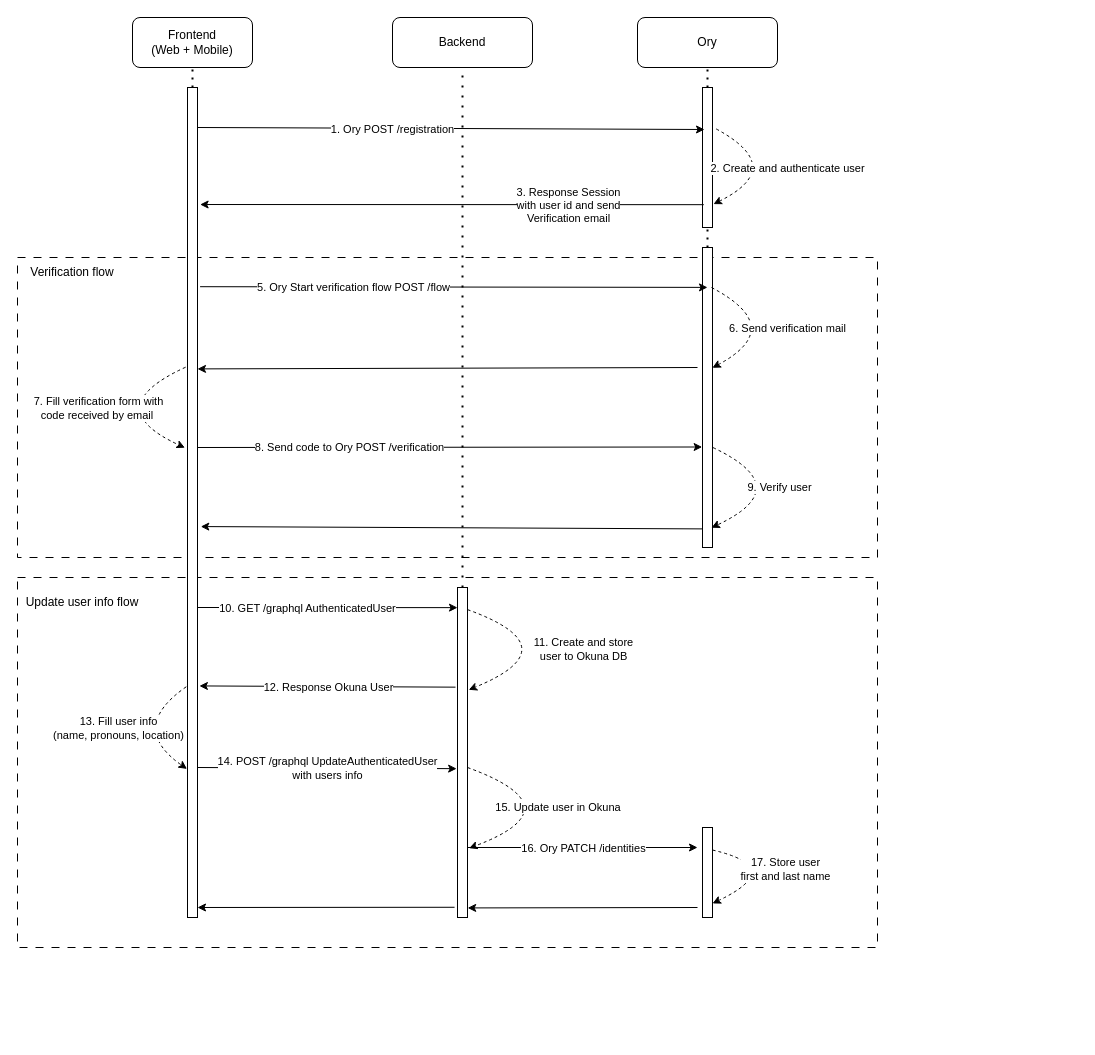
Above: docs/img/registration-flow.drawio in holi-social/app.gitlab-pages.holi.team (draw.io), before the change. Source tidied: cells renumbered, new cells numbered last; positions are measured from the earlier drawing's top-left corner, leaving out a move shared by most shapes. Both pictures are drawn from the tidied source at 100%, with x=0, y=0 at pixel (17, 17).
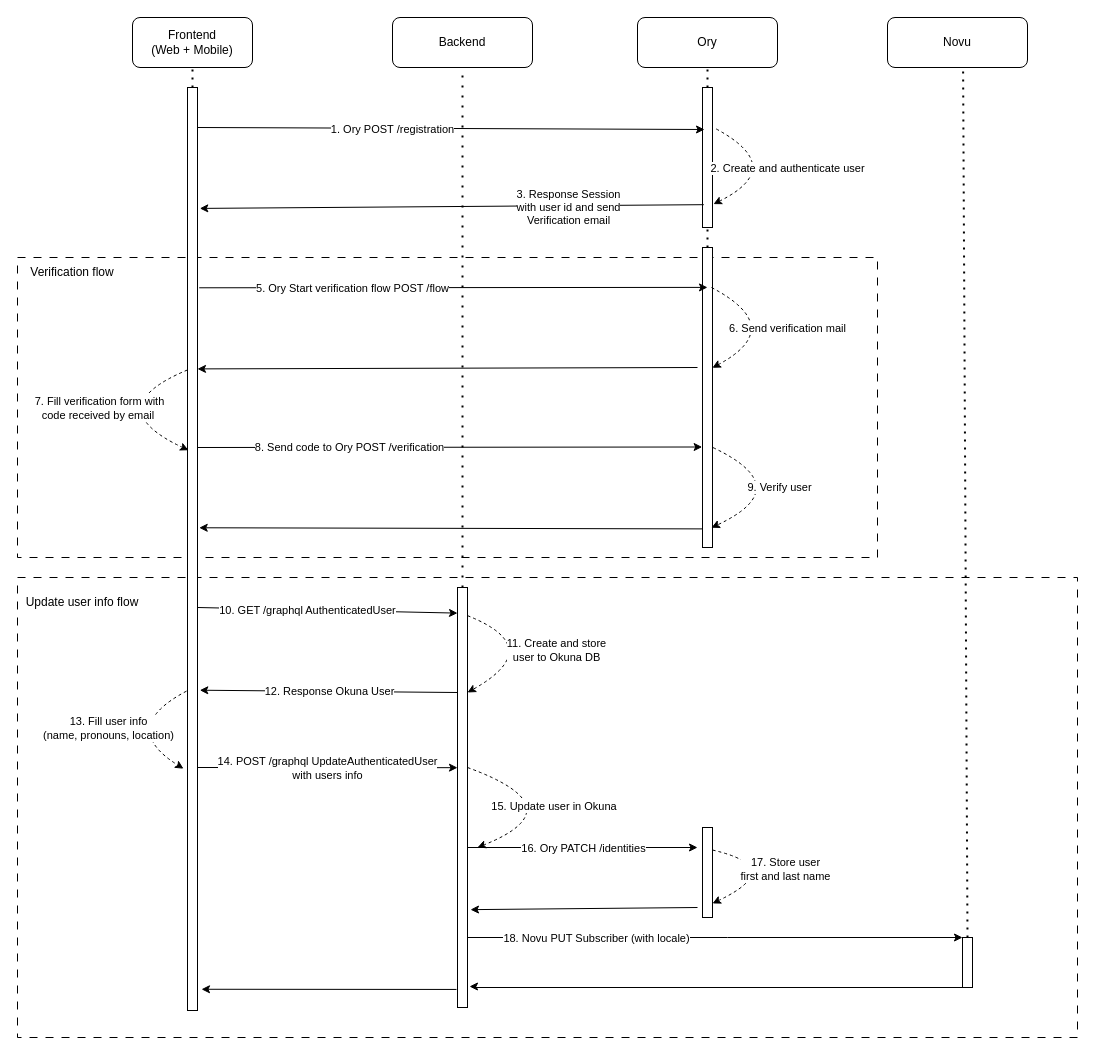
The same page after the edit.

The change refers to these unchanged cells:
```xml
<mxCell id="4" value="Frontend&lt;br&gt;(Web + Mobile)" style="rounded=1;whiteSpace=wrap;html=1;" parent="1" vertex="1">
  <mxGeometry x="115" width="120" height="50" as="geometry" />
</mxCell>
<mxCell id="5" value="Backend" style="rounded=1;whiteSpace=wrap;html=1;" parent="1" vertex="1">
  <mxGeometry x="375" width="140" height="50" as="geometry" />
</mxCell>
<mxCell id="8" style="rounded=0;whiteSpace=wrap;html=1;" parent="1" vertex="1">
  <mxGeometry x="685" y="70" width="10" height="140" as="geometry" />
</mxCell>
<mxCell id="30" style="rounded=0;whiteSpace=wrap;html=1;" parent="1" vertex="1">
  <mxGeometry x="685" y="230" width="10" height="300" as="geometry" />
</mxCell>
```

What changed in the source:
```diff
@@
-    <mxCell id="2" style="rounded=0;whiteSpace=wrap;html=1;dashed=1;dashPattern=8 8;" parent="1" vertex="1">
-      <mxGeometry y="560" width="860" height="370" as="geometry" />
-    </mxCell>
+    <mxCell id="54" style="rounded=0;whiteSpace=wrap;html=1;dashed=1;dashPattern=8 8;" parent="1" vertex="1">
+      <mxGeometry y="560" width="1060" height="460" as="geometry" />
+    </mxCell>
@@
-    <mxCell id="7" style="rounded=0;whiteSpace=wrap;html=1;" parent="1" vertex="1">
-      <mxGeometry x="170" y="70" width="10" height="830" as="geometry" />
-    </mxCell>
+    <mxCell id="55" style="rounded=0;whiteSpace=wrap;html=1;" parent="1" vertex="1">
+      <mxGeometry x="170" y="70" width="10" height="923" as="geometry" />
+    </mxCell>
@@
-    <mxCell id="9" style="endArrow=classic;html=1;rounded=0;entryX=0.2;entryY=0.3;entryDx=0;entryDy=0;entryPerimeter=0;" parent="1" edge="1" target="8">
-      <mxGeometry relative="1" as="geometry">
-        <mxPoint x="180" y="110" as="sourcePoint" />
-      </mxGeometry>
-    </mxCell>
+    <mxCell id="56" style="endArrow=classic;html=1;rounded=0;entryX=0.2;entryY=0.3;entryDx=0;entryDy=0;entryPerimeter=0;" parent="1" edge="1" target="8">
+      <mxGeometry relative="1" as="geometry">
+        <mxPoint x="180" y="110" as="sourcePoint" />
+      </mxGeometry>
+    </mxCell>
-    <mxCell id="10" value="1. Ory POST /registration" style="edgeLabel;html=1;align=center;verticalAlign=middle;" parent="9" vertex="1">
+    <mxCell id="10" value="1. Ory POST /registration" style="edgeLabel;html=1;align=center;verticalAlign=middle;" parent="56" vertex="1">
       <mxGeometry relative="1" as="geometry">
         <mxPoint x="-59" as="offset" />
       </mxGeometry>
     </mxCell>
@@
-    <mxCell id="13" style="endArrow=classic;html=1;rounded=0;entryX=1.259;entryY=0.141;entryDx=0;entryDy=0;exitX=0.131;exitY=0.837;exitDx=0;exitDy=0;exitPerimeter=0;entryPerimeter=0;" parent="1" edge="1" source="8" target="7">
-      <mxGeometry relative="1" as="geometry" />
-    </mxCell>
+    <mxCell id="57" style="endArrow=classic;html=1;rounded=0;entryX=1.229;entryY=0.131;entryDx=0;entryDy=0;exitX=0.131;exitY=0.837;exitDx=0;exitDy=0;exitPerimeter=0;entryPerimeter=0;" parent="1" edge="1" source="8" target="55">
+      <mxGeometry relative="1" as="geometry" />
+    </mxCell>
-    <mxCell id="14" value="3. Response Session&lt;br&gt;with user id and send&lt;br&gt;Verification email" style="edgeLabel;html=1;align=center;verticalAlign=middle;" parent="13" vertex="1">
+    <mxCell id="14" value="3. Response Session&lt;br&gt;with user id and send&lt;br&gt;Verification email" style="edgeLabel;html=1;align=center;verticalAlign=middle;" parent="57" vertex="1">
       <mxGeometry relative="1" as="geometry">
         <mxPoint x="116" as="offset" />
       </mxGeometry>
     </mxCell>
-    <mxCell id="15" style="rounded=0;whiteSpace=wrap;html=1;" parent="1" vertex="1">
-      <mxGeometry x="440" y="570" width="10" height="330" as="geometry" />
-    </mxCell>
-    <mxCell id="16" style="endArrow=classic;html=1;rounded=0;entryX=0;entryY=0.061;entryDx=0;entryDy=0;entryPerimeter=0;" parent="1" edge="1" target="15">
-      <mxGeometry relative="1" as="geometry">
-        <mxPoint x="180" y="590" as="sourcePoint" />
-      </mxGeometry>
-    </mxCell>
+    <mxCell id="58" style="edgeStyle=orthogonalEdgeStyle;rounded=0;jettySize=auto;html=1;entryX=0;entryY=0;entryDx=0;entryDy=0;" parent="1" edge="1" source="60" target="79">
+      <mxGeometry relative="1" as="geometry">
+        <Array as="points">
+          <mxPoint x="710" y="920" />
+          <mxPoint x="710" y="920" />
+        </Array>
+      </mxGeometry>
+    </mxCell>
+    <mxCell id="59" value="18. Novu PUT Subscriber (with locale)" style="edgeLabel;html=1;align=center;verticalAlign=middle;" parent="58" vertex="1">
+      <mxGeometry x="-0.33" relative="1" as="geometry">
+        <mxPoint x="-38" as="offset" />
+      </mxGeometry>
+    </mxCell>
+    <mxCell id="60" style="rounded=0;whiteSpace=wrap;html=1;" parent="1" vertex="1">
+      <mxGeometry x="440" y="570" width="10" height="420" as="geometry" />
+    </mxCell>
+    <mxCell id="61" style="endArrow=classic;html=1;rounded=0;entryX=0;entryY=0.061;entryDx=0;entryDy=0;entryPerimeter=0;" parent="1" edge="1" target="60">
+      <mxGeometry relative="1" as="geometry">
+        <mxPoint x="180" y="590" as="sourcePoint" />
+      </mxGeometry>
+    </mxCell>
-    <mxCell id="17" value="10. GET /graphql AuthenticatedUser" style="edgeLabel;html=1;align=center;verticalAlign=middle;" parent="16" vertex="1">
+    <mxCell id="17" value="10. GET /graphql AuthenticatedUser" style="edgeLabel;html=1;align=center;verticalAlign=middle;" parent="61" vertex="1">
       <mxGeometry relative="1" as="geometry">
         <mxPoint x="-20" as="offset" />
       </mxGeometry>
     </mxCell>
-    <mxCell id="18" style="endArrow=none;dashed=1;html=1;dashPattern=1 4;strokeWidth=2;rounded=0;entryX=0.5;entryY=1;entryDx=0;entryDy=0;exitX=0.5;exitY=0;exitDx=0;exitDy=0;" parent="1" edge="1" source="15" target="5">
-      <mxGeometry relative="1" as="geometry" />
-    </mxCell>
-    <mxCell id="19" style="endArrow=none;dashed=1;html=1;dashPattern=1 3;strokeWidth=2;rounded=0;exitX=0.5;exitY=0;exitDx=0;exitDy=0;entryX=0.5;entryY=1;entryDx=0;entryDy=0;" parent="1" edge="1" source="7" target="4">
-      <mxGeometry relative="1" as="geometry" />
-    </mxCell>
+    <mxCell id="62" style="endArrow=none;dashed=1;html=1;dashPattern=1 4;strokeWidth=2;rounded=0;entryX=0.5;entryY=1;entryDx=0;entryDy=0;exitX=0.5;exitY=0;exitDx=0;exitDy=0;" parent="1" edge="1" source="60" target="5">
+      <mxGeometry relative="1" as="geometry" />
+    </mxCell>
+    <mxCell id="63" style="endArrow=none;dashed=1;html=1;dashPattern=1 3;strokeWidth=2;rounded=0;exitX=0.5;exitY=0;exitDx=0;exitDy=0;entryX=0.5;entryY=1;entryDx=0;entryDy=0;" parent="1" edge="1" source="55" target="4">
+      <mxGeometry relative="1" as="geometry" />
+    </mxCell>
@@
-    <mxCell id="21" style="endArrow=classic;html=1;curved=1;dashed=1;entryX=1.121;entryY=0.31;entryDx=0;entryDy=0;entryPerimeter=0;exitX=1;exitY=0.067;exitDx=0;exitDy=0;exitPerimeter=0;" parent="1" edge="1" source="15" target="15">
-      <mxGeometry relative="1" as="geometry">
-        <Array as="points">
-          <mxPoint x="555" y="630" />
-        </Array>
-      </mxGeometry>
-    </mxCell>
+    <mxCell id="64" style="endArrow=classic;html=1;curved=1;dashed=1;entryX=1;entryY=0.25;entryDx=0;entryDy=0;exitX=1;exitY=0.067;exitDx=0;exitDy=0;exitPerimeter=0;" parent="1" edge="1" source="60" target="60">
+      <mxGeometry relative="1" as="geometry">
+        <Array as="points">
+          <mxPoint x="530" y="630" />
+        </Array>
+      </mxGeometry>
+    </mxCell>
-    <mxCell id="22" value="11. Create and store &lt;br&gt;user to Okuna DB" style="edgeLabel;html=1;align=center;verticalAlign=middle;" parent="21" vertex="1">
+    <mxCell id="22" value="11. Create and store &lt;br&gt;user to Okuna DB" style="edgeLabel;html=1;align=center;verticalAlign=middle;" parent="64" vertex="1">
       <mxGeometry relative="1" as="geometry">
         <mxPoint x="11" y="1" as="offset" />
       </mxGeometry>
     </mxCell>
-    <mxCell id="23" style="endArrow=classic;html=1;rounded=0;exitX=-0.2;exitY=0.302;exitDx=0;exitDy=0;exitPerimeter=0;entryX=1.19;entryY=0.721;entryDx=0;entryDy=0;entryPerimeter=0;" parent="1" edge="1" source="15" target="7">
-      <mxGeometry relative="1" as="geometry" />
-    </mxCell>
+    <mxCell id="65" style="endArrow=classic;html=1;rounded=0;exitX=0;exitY=0.25;exitDx=0;exitDy=0;entryX=1.229;entryY=0.653;entryDx=0;entryDy=0;entryPerimeter=0;" parent="1" edge="1" source="60" target="55">
+      <mxGeometry relative="1" as="geometry" />
+    </mxCell>
-    <mxCell id="24" value="12. Response Okuna User" style="edgeLabel;html=1;align=center;verticalAlign=middle;" parent="23" vertex="1">
+    <mxCell id="24" value="12. Response Okuna User" style="edgeLabel;html=1;align=center;verticalAlign=middle;" parent="65" vertex="1">
       <mxGeometry relative="1" as="geometry" />
     </mxCell>
-    <mxCell id="25" style="endArrow=classic;html=1;rounded=0;entryX=1.328;entryY=0.529;entryDx=0;entryDy=0;entryPerimeter=0;exitX=0.034;exitY=0.938;exitDx=0;exitDy=0;exitPerimeter=0;" parent="1" edge="1" source="30" target="7">
-      <mxGeometry relative="1" as="geometry" />
-    </mxCell>
-    <mxCell id="26" style="endArrow=classic;html=1;curved=1;dashed=1;entryX=1.158;entryY=0.79;entryDx=0;entryDy=0;entryPerimeter=0;" parent="1" edge="1" target="15">
-      <mxGeometry relative="1" as="geometry">
-        <mxPoint x="450" y="750" as="sourcePoint" />
-        <Array as="points">
-          <mxPoint x="560" y="790" />
-        </Array>
-      </mxGeometry>
-    </mxCell>
+    <mxCell id="66" style="endArrow=classic;html=1;rounded=0;entryX=1.171;entryY=0.477;entryDx=0;entryDy=0;entryPerimeter=0;exitX=0.034;exitY=0.938;exitDx=0;exitDy=0;exitPerimeter=0;" parent="1" edge="1" source="30" target="55">
+      <mxGeometry relative="1" as="geometry" />
+    </mxCell>
+    <mxCell id="67" style="endArrow=classic;html=1;curved=1;dashed=1;" parent="1" edge="1">
+      <mxGeometry relative="1" as="geometry">
+        <mxPoint x="450" y="750" as="sourcePoint" />
+        <mxPoint x="460" y="830" as="targetPoint" />
+        <Array as="points">
+          <mxPoint x="560" y="790" />
+        </Array>
+      </mxGeometry>
+    </mxCell>
-    <mxCell id="27" value="15. Update user in Okuna&amp;nbsp;" style="edgeLabel;html=1;align=center;verticalAlign=middle;" parent="26" vertex="1">
+    <mxCell id="27" value="15. Update user in Okuna&amp;nbsp;" style="edgeLabel;html=1;align=center;verticalAlign=middle;" parent="67" vertex="1">
       <mxGeometry relative="1" as="geometry">
         <mxPoint x="-18" as="offset" />
       </mxGeometry>
     </mxCell>
-    <mxCell id="28" style="endArrow=classic;html=1;rounded=0;" parent="1" edge="1">
-      <mxGeometry relative="1" as="geometry">
-        <mxPoint x="450" y="830" as="sourcePoint" />
-        <mxPoint x="680" y="830" as="targetPoint" />
-      </mxGeometry>
-    </mxCell>
+    <mxCell id="68" style="endArrow=classic;html=1;rounded=0;" parent="1" edge="1">
+      <mxGeometry relative="1" as="geometry">
+        <mxPoint x="450" y="830" as="sourcePoint" />
+        <mxPoint x="680" y="830" as="targetPoint" />
+      </mxGeometry>
+    </mxCell>
-    <mxCell id="29" value="16. Ory PATCH /identities" style="edgeLabel;html=1;align=center;verticalAlign=middle;" parent="28" vertex="1">
+    <mxCell id="29" value="16. Ory PATCH /identities" style="edgeLabel;html=1;align=center;verticalAlign=middle;" parent="68" vertex="1">
       <mxGeometry relative="1" as="geometry" />
     </mxCell>
@@
-    <mxCell id="33" style="endArrow=classic;html=1;rounded=0;entryX=1.017;entryY=0.971;entryDx=0;entryDy=0;entryPerimeter=0;" parent="1" edge="1" target="15">
-      <mxGeometry relative="1" as="geometry">
-        <mxPoint x="680" y="890" as="sourcePoint" />
-      </mxGeometry>
-    </mxCell>
+    <mxCell id="69" style="endArrow=classic;html=1;rounded=0;entryX=1.3;entryY=0.767;entryDx=0;entryDy=0;entryPerimeter=0;" parent="1" edge="1" target="60">
+      <mxGeometry relative="1" as="geometry">
+        <mxPoint x="680" y="890" as="sourcePoint" />
+      </mxGeometry>
+    </mxCell>
@@
-    <mxCell id="35" style="endArrow=classic;html=1;curved=1;exitX=-0.19;exitY=0.337;exitDx=0;exitDy=0;exitPerimeter=0;entryX=-0.259;entryY=0.434;entryDx=0;entryDy=0;entryPerimeter=0;dashed=1;" parent="1" edge="1" source="7" target="7">
-      <mxGeometry relative="1" as="geometry">
-        <Array as="points">
-          <mxPoint x="80" y="390" />
-        </Array>
-      </mxGeometry>
-    </mxCell>
+    <mxCell id="70" style="endArrow=classic;html=1;curved=1;exitX=0;exitY=0.306;exitDx=0;exitDy=0;exitPerimeter=0;entryX=0.1;entryY=0.393;entryDx=0;entryDy=0;entryPerimeter=0;dashed=1;" parent="1" edge="1" source="55" target="55">
+      <mxGeometry relative="1" as="geometry">
+        <Array as="points">
+          <mxPoint x="80" y="390" />
+        </Array>
+      </mxGeometry>
+    </mxCell>
-    <mxCell id="36" value="7. Fill verification form with&lt;br&gt;code received by email&amp;nbsp;" style="edgeLabel;html=1;align=center;verticalAlign=middle;" parent="35" vertex="1">
+    <mxCell id="36" value="7. Fill verification form with&lt;br&gt;code received by email&amp;nbsp;" style="edgeLabel;html=1;align=center;verticalAlign=middle;" parent="70" vertex="1">
       <mxGeometry relative="1" as="geometry" />
     </mxCell>
-    <mxCell id="37" style="endArrow=classic;html=1;rounded=0;exitX=1.259;exitY=0.24;exitDx=0;exitDy=0;exitPerimeter=0;entryX=0.5;entryY=0.133;entryDx=0;entryDy=0;entryPerimeter=0;" parent="1" edge="1" source="7" target="30">
-      <mxGeometry relative="1" as="geometry" />
-    </mxCell>
+    <mxCell id="71" style="endArrow=classic;html=1;rounded=0;exitX=1.171;exitY=0.217;exitDx=0;exitDy=0;exitPerimeter=0;entryX=0.5;entryY=0.133;entryDx=0;entryDy=0;entryPerimeter=0;" parent="1" edge="1" source="55" target="30">
+      <mxGeometry relative="1" as="geometry" />
+    </mxCell>
-    <mxCell id="38" value="5. Ory Start verification flow POST /flow" style="edgeLabel;html=1;align=center;verticalAlign=middle;" parent="37" vertex="1">
+    <mxCell id="38" value="5. Ory Start verification flow POST /flow" style="edgeLabel;html=1;align=center;verticalAlign=middle;" parent="71" vertex="1">
       <mxGeometry relative="1" as="geometry">
         <mxPoint x="-101" as="offset" />
       </mxGeometry>
     </mxCell>
-    <mxCell id="39" style="endArrow=classic;html=1;rounded=0;entryX=1.19;entryY=0.355;entryDx=0;entryDy=0;entryPerimeter=0;" parent="1" edge="1">
-      <mxGeometry relative="1" as="geometry">
-        <mxPoint x="680" y="350" as="sourcePoint" />
-        <mxPoint x="180" y="351.4" as="targetPoint" />
-      </mxGeometry>
-    </mxCell>
-    <mxCell id="40" style="endArrow=classic;html=1;entryX=0.99;entryY=0.401;entryDx=0;entryDy=0;entryPerimeter=0;curved=1;dashed=1;" parent="1" edge="1" target="30">
-      <mxGeometry relative="1" as="geometry">
-        <mxPoint x="694" y="270" as="sourcePoint" />
-        <Array as="points">
-          <mxPoint x="770" y="310" />
-        </Array>
-      </mxGeometry>
-    </mxCell>
+    <mxCell id="72" style="endArrow=classic;html=1;rounded=0;entryX=1.19;entryY=0.355;entryDx=0;entryDy=0;entryPerimeter=0;" parent="1" edge="1">
+      <mxGeometry relative="1" as="geometry">
+        <mxPoint x="680" y="350" as="sourcePoint" />
+        <mxPoint x="180" y="351.4" as="targetPoint" />
+      </mxGeometry>
+    </mxCell>
+    <mxCell id="73" style="endArrow=classic;html=1;entryX=0.99;entryY=0.401;entryDx=0;entryDy=0;entryPerimeter=0;curved=1;dashed=1;" parent="1" edge="1" target="30">
+      <mxGeometry relative="1" as="geometry">
+        <mxPoint x="694" y="270" as="sourcePoint" />
+        <Array as="points">
+          <mxPoint x="770" y="310" />
+        </Array>
+      </mxGeometry>
+    </mxCell>
-    <mxCell id="41" value="6. Send verification mail" style="edgeLabel;html=1;align=center;verticalAlign=middle;" parent="40" vertex="1">
+    <mxCell id="41" value="6. Send verification mail" style="edgeLabel;html=1;align=center;verticalAlign=middle;" parent="73" vertex="1">
       <mxGeometry relative="1" as="geometry" />
     </mxCell>
-    <mxCell id="42" style="endArrow=classic;html=1;rounded=0;entryX=-0.034;entryY=0.665;entryDx=0;entryDy=0;entryPerimeter=0;" parent="1" edge="1" target="30">
-      <mxGeometry relative="1" as="geometry">
-        <mxPoint x="180" y="430" as="sourcePoint" />
-      </mxGeometry>
-    </mxCell>
+    <mxCell id="74" style="endArrow=classic;html=1;rounded=0;entryX=-0.034;entryY=0.665;entryDx=0;entryDy=0;entryPerimeter=0;" parent="1" edge="1" target="30">
+      <mxGeometry relative="1" as="geometry">
+        <mxPoint x="180" y="430" as="sourcePoint" />
+      </mxGeometry>
+    </mxCell>
-    <mxCell id="43" value="8. Send code to Ory POST /verification" style="edgeLabel;html=1;align=center;verticalAlign=middle;" parent="42" vertex="1">
+    <mxCell id="43" value="8. Send code to Ory POST /verification" style="edgeLabel;html=1;align=center;verticalAlign=middle;" parent="74" vertex="1">
       <mxGeometry relative="1" as="geometry">
         <mxPoint x="-100" as="offset" />
       </mxGeometry>
     </mxCell>
@@
-    <mxCell id="47" style="endArrow=classic;html=1;rounded=0;entryX=-0.087;entryY=0.549;entryDx=0;entryDy=0;entryPerimeter=0;" parent="1" edge="1" target="15">
-      <mxGeometry relative="1" as="geometry">
-        <mxPoint x="180" y="750" as="sourcePoint" />
-      </mxGeometry>
-    </mxCell>
+    <mxCell id="75" style="endArrow=classic;html=1;rounded=0;entryX=0;entryY=0.429;entryDx=0;entryDy=0;entryPerimeter=0;" parent="1" edge="1" target="60">
+      <mxGeometry relative="1" as="geometry">
+        <mxPoint x="180" y="750" as="sourcePoint" />
+      </mxGeometry>
+    </mxCell>
-    <mxCell id="48" value="14. POST /graphql UpdateAuthenticatedUser&lt;br style=&quot;border-color: var(--border-color);&quot;&gt;with users info" style="edgeLabel;html=1;align=center;verticalAlign=middle;" parent="47" vertex="1">
+    <mxCell id="48" value="14. POST /graphql UpdateAuthenticatedUser&lt;br style=&quot;border-color: var(--border-color);&quot;&gt;with users info" style="edgeLabel;html=1;align=center;verticalAlign=middle;" parent="75" vertex="1">
       <mxGeometry relative="1" as="geometry" />
     </mxCell>
-    <mxCell id="49" style="endArrow=classic;html=1;exitX=-0.121;exitY=0.722;exitDx=0;exitDy=0;exitPerimeter=0;entryX=-0.052;entryY=0.821;entryDx=0;entryDy=0;entryPerimeter=0;curved=1;dashed=1;elbow=vertical;" parent="1" edge="1" source="7" target="7">
-      <mxGeometry relative="1" as="geometry">
-        <Array as="points">
-          <mxPoint x="110" y="710" />
-        </Array>
-      </mxGeometry>
-    </mxCell>
+    <mxCell id="76" style="endArrow=classic;html=1;exitX=-0.1;exitY=0.654;exitDx=0;exitDy=0;exitPerimeter=0;entryX=-0.4;entryY=0.738;entryDx=0;entryDy=0;entryPerimeter=0;curved=1;dashed=1;elbow=vertical;" parent="1" edge="1" source="55" target="55">
+      <mxGeometry relative="1" as="geometry">
+        <Array as="points">
+          <mxPoint x="100" y="710" />
+        </Array>
+      </mxGeometry>
+    </mxCell>
-    <mxCell id="50" value="13. Fill user info&lt;br&gt;(name, pronouns, location)" style="edgeLabel;html=1;align=center;verticalAlign=middle;" parent="49" vertex="1">
+    <mxCell id="50" value="13. Fill user info&lt;br&gt;(name, pronouns, location)" style="edgeLabel;html=1;align=center;verticalAlign=middle;" parent="76" vertex="1">
       <mxGeometry relative="1" as="geometry">
         <mxPoint x="-10" as="offset" />
       </mxGeometry>
     </mxCell>
-    <mxCell id="51" style="endArrow=classic;html=1;rounded=0;entryX=1.086;entryY=0.894;entryDx=0;entryDy=0;entryPerimeter=0;exitX=-0.293;exitY=0.969;exitDx=0;exitDy=0;exitPerimeter=0;" parent="1" edge="1" source="15">
-      <mxGeometry relative="1" as="geometry">
-        <mxPoint x="180" y="890" as="targetPoint" />
-      </mxGeometry>
-    </mxCell>
+    <mxCell id="77" style="endArrow=classic;html=1;rounded=0;entryX=1.4;entryY=0.977;entryDx=0;entryDy=0;entryPerimeter=0;exitX=-0.1;exitY=0.957;exitDx=0;exitDy=0;exitPerimeter=0;" parent="1" edge="1" source="60" target="55">
+      <mxGeometry relative="1" as="geometry" />
+    </mxCell>
@@
+    <mxCell id="78" value="Novu" style="rounded=1;whiteSpace=wrap;html=1;" parent="1" vertex="1">
+      <mxGeometry x="870" width="140" height="50" as="geometry" />
+    </mxCell>
+    <mxCell id="79" style="rounded=0;whiteSpace=wrap;html=1;" parent="1" vertex="1">
+      <mxGeometry x="945" y="920" width="10" height="50" as="geometry" />
+    </mxCell>
+    <mxCell id="80" style="edgeStyle=orthogonalEdgeStyle;rounded=0;jettySize=auto;html=1;entryX=1.2;entryY=0.95;entryDx=0;entryDy=0;entryPerimeter=0;exitX=0;exitY=1;exitDx=0;exitDy=0;" parent="1" edge="1" source="79" target="60">
+      <mxGeometry relative="1" as="geometry">
+        <Array as="points">
+          <mxPoint x="955" y="970" />
+          <mxPoint x="455" y="970" />
+          <mxPoint x="455" y="969" />
+        </Array>
+      </mxGeometry>
+    </mxCell>
+    <mxCell id="81" style="endArrow=none;dashed=1;html=1;dashPattern=1 3;strokeWidth=2;rounded=0;entryX=0.54;entryY=1.008;entryDx=0;entryDy=0;entryPerimeter=0;exitX=0.5;exitY=0;exitDx=0;exitDy=0;" parent="1" edge="1" source="79" target="78">
+      <mxGeometry relative="1" as="geometry" />
+    </mxCell>
```
